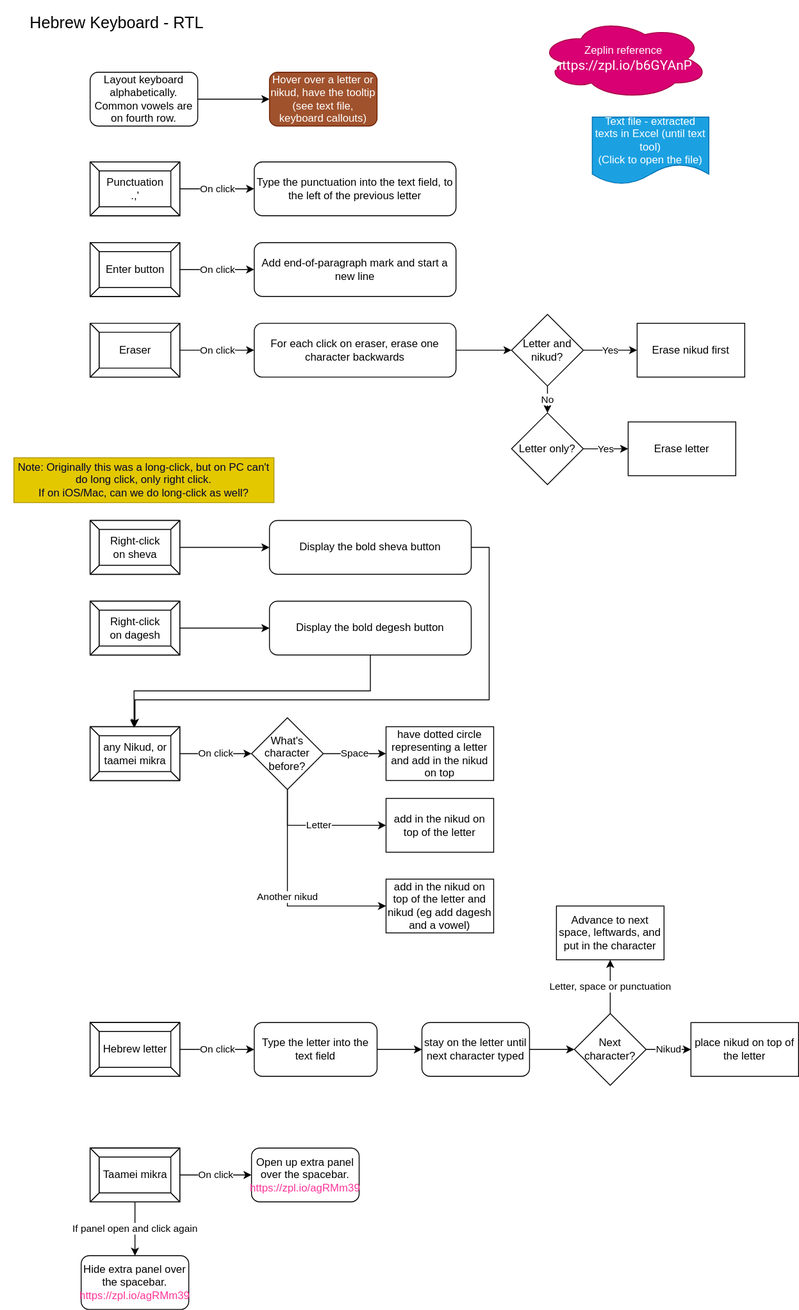
Earlier version of the draw.io export modules/components/hebrew_keyboard.drawio.svg (ji-devs/ji-cloud-flowcharts). Source tidied: cells renumbered, new cells last; positions are measured from the earlier drawing's top-left corner, leaving out a move shared by most shapes.
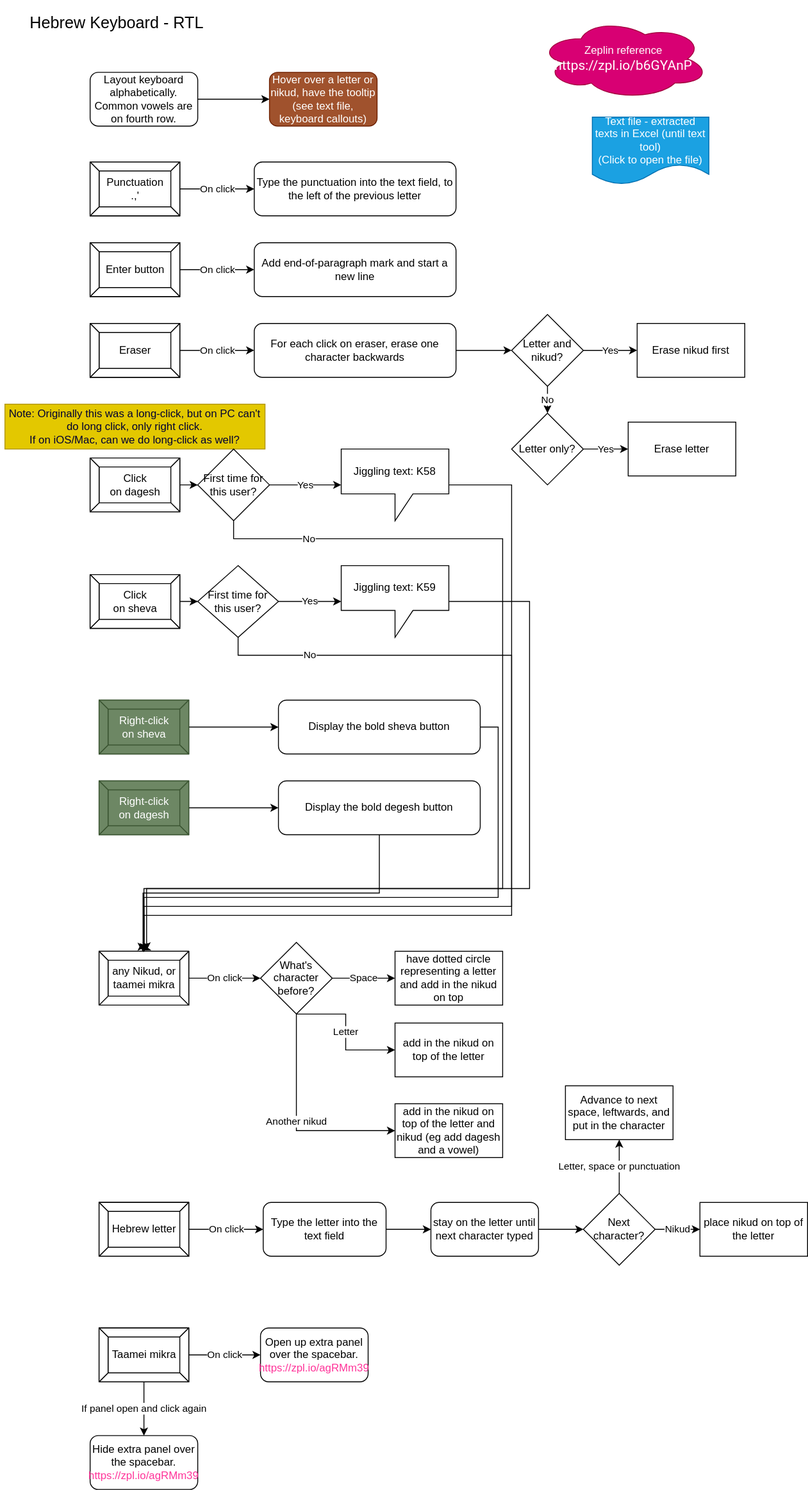
Later version of the same file.

Commit message:
added Jigglink texts about right-click on dagesh and shva

The edit, as a diff of the source:
```diff
@@ -18,20 +18,20 @@
     </mxCell>
     <mxCell id="6" value="On click" style="edgeStyle=orthogonalEdgeStyle;rounded=0;jettySize=auto;html=1;" parent="1" edge="1" source="8">
       <mxGeometry relative="1" as="geometry">
-        <mxPoint x="280" y="1310" as="targetPoint" />
+        <mxPoint x="290" y="1510" as="targetPoint" />
       </mxGeometry>
     </mxCell>
     <mxCell id="7" value="If panel open and click again" style="edgeStyle=orthogonalEdgeStyle;rounded=0;jettySize=auto;html=1;entryX=0.5;entryY=0;entryDx=0;entryDy=0;" parent="1" edge="1" source="8" target="10">
       <mxGeometry relative="1" as="geometry" />
     </mxCell>
     <mxCell id="8" value="Taamei mikra" style="labelPosition=center;verticalLabelPosition=middle;align=center;html=1;shape=mxgraph.basic.button;dx=10;" parent="1" vertex="1">
-      <mxGeometry x="100" y="1280" width="100" height="60" as="geometry" />
+      <mxGeometry x="110" y="1480" width="100" height="60" as="geometry" />
     </mxCell>
     <mxCell id="9" value="Open up extra panel over the spacebar.&lt;br&gt;&lt;font color=&quot;#ff3399&quot;&gt;https://zpl.io/agRMm39&lt;/font&gt;" style="rounded=1;whiteSpace=wrap;html=1;" parent="1" vertex="1">
-      <mxGeometry x="280" y="1280" width="120" height="60" as="geometry" />
+      <mxGeometry x="290" y="1480" width="120" height="60" as="geometry" />
     </mxCell>
     <mxCell id="10" value="Hide extra panel over the spacebar.&lt;br&gt;&lt;font color=&quot;#ff3399&quot;&gt;https://zpl.io/agRMm39&lt;/font&gt;" style="rounded=1;whiteSpace=wrap;html=1;" parent="1" vertex="1">
-      <mxGeometry x="90" y="1400" width="120" height="60" as="geometry" />
+      <mxGeometry x="100" y="1600" width="120" height="60" as="geometry" />
     </mxCell>
     <mxCell id="11" value="On click" style="edgeStyle=orthogonalEdgeStyle;rounded=0;jettySize=auto;html=1;entryX=0;entryY=0.5;entryDx=0;entryDy=0;" parent="1" edge="1" source="12" target="14">
       <mxGeometry relative="1" as="geometry" />
@@ -48,12 +48,12 @@
     <mxCell id="15" value="On click" style="edgeStyle=orthogonalEdgeStyle;rounded=0;jettySize=auto;html=1;entryX=0;entryY=0.5;entryDx=0;entryDy=0;" parent="1" edge="1" source="16" target="25">
       <mxGeometry relative="1" as="geometry">
         <Array as="points">
-          <mxPoint x="283" y="1170" />
+          <mxPoint x="293" y="1370" />
         </Array>
       </mxGeometry>
     </mxCell>
     <mxCell id="16" value="Hebrew letter" style="labelPosition=center;verticalLabelPosition=middle;align=center;html=1;shape=mxgraph.basic.button;dx=10;" parent="1" vertex="1">
-      <mxGeometry x="100" y="1140" width="100" height="60" as="geometry" />
+      <mxGeometry x="110" y="1340" width="100" height="60" as="geometry" />
     </mxCell>
     <mxCell id="17" value="Yes" style="edgeStyle=orthogonalEdgeStyle;rounded=0;jettySize=auto;html=1;" parent="1" edge="1" source="19" target="20">
       <mxGeometry relative="1" as="geometry" />
@@ -80,7 +80,7 @@
       <mxGeometry relative="1" as="geometry" />
     </mxCell>
     <mxCell id="25" value="Type the letter into the text field" style="rounded=1;whiteSpace=wrap;html=1;" parent="1" vertex="1">
-      <mxGeometry x="283" y="1140" width="137" height="60" as="geometry" />
+      <mxGeometry x="293" y="1340" width="137" height="60" as="geometry" />
     </mxCell>
     <mxCell id="26" value="On click" style="edgeStyle=orthogonalEdgeStyle;rounded=0;jettySize=auto;html=1;entryX=0;entryY=0.5;entryDx=0;entryDy=0;" parent="1" edge="1" source="27" target="28">
       <mxGeometry relative="1" as="geometry">
@@ -99,39 +99,39 @@
       <mxGeometry relative="1" as="geometry" />
     </mxCell>
     <mxCell id="30" value="any Nikud, or&lt;br&gt;taamei mikra" style="labelPosition=center;verticalLabelPosition=middle;align=center;html=1;shape=mxgraph.basic.button;dx=10;" parent="1" vertex="1">
-      <mxGeometry x="100" y="810" width="100" height="60" as="geometry" />
+      <mxGeometry x="110" y="1060" width="100" height="60" as="geometry" />
     </mxCell>
     <mxCell id="31" style="edgeStyle=orthogonalEdgeStyle;rounded=0;jettySize=auto;html=1;" parent="1" edge="1" source="32" target="35">
       <mxGeometry relative="1" as="geometry" />
     </mxCell>
     <mxCell id="32" value="stay on the letter until next character typed" style="rounded=1;whiteSpace=wrap;html=1;" parent="1" vertex="1">
-      <mxGeometry x="470" y="1140" width="120" height="60" as="geometry" />
+      <mxGeometry x="480" y="1340" width="120" height="60" as="geometry" />
     </mxCell>
     <mxCell id="33" value="Nikud" style="edgeStyle=orthogonalEdgeStyle;rounded=0;jettySize=auto;html=1;" parent="1" edge="1" source="35">
       <mxGeometry relative="1" as="geometry">
-        <mxPoint x="770" y="1170" as="targetPoint" />
+        <mxPoint x="780" y="1370" as="targetPoint" />
       </mxGeometry>
     </mxCell>
     <mxCell id="34" value="Letter, space or punctuation" style="edgeStyle=orthogonalEdgeStyle;rounded=0;jettySize=auto;html=1;entryX=0.5;entryY=1;entryDx=0;entryDy=0;" parent="1" edge="1" source="35" target="37">
       <mxGeometry relative="1" as="geometry" />
     </mxCell>
     <mxCell id="35" value="Next character?" style="rhombus;whiteSpace=wrap;html=1;" parent="1" vertex="1">
-      <mxGeometry x="640" y="1130" width="80" height="80" as="geometry" />
+      <mxGeometry x="650" y="1330" width="80" height="80" as="geometry" />
     </mxCell>
     <mxCell id="36" value="place nikud on top of the letter" style="whiteSpace=wrap;html=1;" parent="1" vertex="1">
-      <mxGeometry x="770" y="1140" width="120" height="60" as="geometry" />
+      <mxGeometry x="780" y="1340" width="120" height="60" as="geometry" />
     </mxCell>
     <mxCell id="37" value="Advance to next space, leftwards, and put in the character" style="whiteSpace=wrap;html=1;" parent="1" vertex="1">
-      <mxGeometry x="620" y="1010" width="120" height="60" as="geometry" />
+      <mxGeometry x="630" y="1210" width="120" height="60" as="geometry" />
     </mxCell>
-    <mxCell id="38" value="Space" style="edgeStyle=orthogonalEdgeStyle;rounded=0;jettySize=auto;html=1;entryX=0;entryY=0.5;entryDx=0;entryDy=0;" parent="1" edge="1" source="39" target="40">
+    <mxCell id="38" value="Space" style="edgeStyle=orthogonalEdgeStyle;rounded=0;jettySize=auto;html=1;entryX=0;entryY=0.5;entryDx=0;entryDy=0;exitX=1;exitY=0.5;exitDx=0;exitDy=0;" parent="1" edge="1" source="39" target="40">
       <mxGeometry relative="1" as="geometry" />
     </mxCell>
     <mxCell id="39" value="What's character before?" style="rhombus;whiteSpace=wrap;html=1;" parent="1" vertex="1">
-      <mxGeometry x="280" y="800" width="80" height="80" as="geometry" />
+      <mxGeometry x="290" y="1050" width="80" height="80" as="geometry" />
     </mxCell>
     <mxCell id="40" value="have dotted circle representing a letter and add in the nikud on top" style="whiteSpace=wrap;html=1;" parent="1" vertex="1">
-      <mxGeometry x="430" y="810" width="120" height="60" as="geometry" />
+      <mxGeometry x="440" y="1060" width="120" height="60" as="geometry" />
     </mxCell>
     <mxCell id="41" value="On click" style="edgeStyle=orthogonalEdgeStyle;rounded=0;jettySize=auto;html=1;entryX=0;entryY=0.5;entryDx=0;entryDy=0;" parent="1" edge="1" source="42" target="43">
       <mxGeometry relative="1" as="geometry">
@@ -146,17 +146,19 @@
     <mxCell id="43" value="Add end-of-paragraph mark and start a new line" style="rounded=1;whiteSpace=wrap;html=1;" parent="1" vertex="1">
       <mxGeometry x="283" y="270" width="225" height="60" as="geometry" />
     </mxCell>
-    <mxCell id="44" value="Letter" style="edgeStyle=orthogonalEdgeStyle;rounded=0;jettySize=auto;html=1;entryX=0;entryY=0.5;entryDx=0;entryDy=0;exitX=0.5;exitY=1;exitDx=0;exitDy=0;" parent="1" edge="1" source="39" target="45">
-      <mxGeometry relative="1" as="geometry" />
+    <mxCell id="44" value="Letter" style="edgeStyle=orthogonalEdgeStyle;rounded=0;jettySize=auto;html=1;entryX=0;entryY=0.5;entryDx=0;entryDy=0;exitX=0.5;exitY=1;exitDx=0;exitDy=0;" parent="1" edge="1" target="45">
+      <mxGeometry relative="1" as="geometry">
+        <mxPoint x="330" y="1130" as="sourcePoint" />
+      </mxGeometry>
     </mxCell>
     <mxCell id="45" value="&amp;nbsp;add in the nikud on top of the letter" style="whiteSpace=wrap;html=1;" parent="1" vertex="1">
-      <mxGeometry x="430" y="890" width="120" height="60" as="geometry" />
+      <mxGeometry x="440" y="1140" width="120" height="60" as="geometry" />
     </mxCell>
     <mxCell id="46" value="Another nikud" style="edgeStyle=orthogonalEdgeStyle;rounded=0;jettySize=auto;html=1;entryX=0;entryY=0.5;entryDx=0;entryDy=0;exitX=0.5;exitY=1;exitDx=0;exitDy=0;" parent="1" edge="1" source="39" target="47">
       <mxGeometry relative="1" as="geometry" />
     </mxCell>
     <mxCell id="47" value="&amp;nbsp;add in the nikud on top of the letter and nikud (eg add dagesh and a vowel)" style="whiteSpace=wrap;html=1;" parent="1" vertex="1">
-      <mxGeometry x="430" y="980" width="120" height="60" as="geometry" />
+      <mxGeometry x="440" y="1230" width="120" height="60" as="geometry" />
     </mxCell>
     <mxCell id="48" value="Hover over a letter or nikud, have the tooltip (see text file, keyboard callouts)" style="rounded=1;whiteSpace=wrap;html=1;fillColor=#a0522d;strokeColor=#6D1F00;fontColor=#ffffff;" parent="1" vertex="1">
       <mxGeometry x="300" y="80" width="120" height="60" as="geometry" />
@@ -166,41 +168,110 @@
     </mxCell>
     <mxCell id="50" style="edgeStyle=orthogonalEdgeStyle;rounded=0;jettySize=auto;html=1;" parent="1" edge="1" source="51">
       <mxGeometry relative="1" as="geometry">
-        <mxPoint x="300" y="610" as="targetPoint" />
+        <mxPoint x="310" y="810" as="targetPoint" />
       </mxGeometry>
     </mxCell>
-    <mxCell id="51" value="Right-click &lt;br&gt;on sheva" style="labelPosition=center;verticalLabelPosition=middle;align=center;html=1;shape=mxgraph.basic.button;dx=10;" parent="1" vertex="1">
-      <mxGeometry x="100" y="580" width="100" height="60" as="geometry" />
+    <mxCell id="51" value="Right-click &lt;br&gt;on sheva" style="labelPosition=center;verticalLabelPosition=middle;align=center;html=1;shape=mxgraph.basic.button;dx=10;fillColor=#6d8764;strokeColor=#3A5431;fontColor=#ffffff;" parent="1" vertex="1">
+      <mxGeometry x="110" y="780" width="100" height="60" as="geometry" />
     </mxCell>
-    <mxCell id="52" style="edgeStyle=orthogonalEdgeStyle;rounded=0;jettySize=auto;html=1;exitX=1;exitY=0.5;exitDx=0;exitDy=0;" parent="1" edge="1" source="53">
+    <mxCell id="52" style="edgeStyle=orthogonalEdgeStyle;rounded=0;jettySize=auto;html=1;exitX=1;exitY=0.5;exitDx=0;exitDy=0;entryX=0.48;entryY=-0.017;entryDx=0;entryDy=0;entryPerimeter=0;" parent="1" edge="1" source="53" target="30">
       <mxGeometry relative="1" as="geometry">
-        <mxPoint x="150" y="810" as="targetPoint" />
         <Array as="points">
-          <mxPoint x="545" y="610" />
-          <mxPoint x="545" y="780" />
-          <mxPoint x="150" y="780" />
+          <mxPoint x="555" y="810" />
+          <mxPoint x="555" y="1000" />
+          <mxPoint x="160" y="1000" />
+          <mxPoint x="160" y="1058" />
         </Array>
       </mxGeometry>
     </mxCell>
     <mxCell id="53" value="Display the bold sheva button" style="rounded=1;whiteSpace=wrap;html=1;" parent="1" vertex="1">
-      <mxGeometry x="300" y="580" width="225" height="60" as="geometry" />
+      <mxGeometry x="310" y="780" width="225" height="60" as="geometry" />
     </mxCell>
     <mxCell id="54" style="edgeStyle=orthogonalEdgeStyle;rounded=0;jettySize=auto;html=1;" parent="1" edge="1" source="55">
       <mxGeometry relative="1" as="geometry">
-        <mxPoint x="300" y="700" as="targetPoint" />
+        <mxPoint x="310" y="900" as="targetPoint" />
       </mxGeometry>
     </mxCell>
-    <mxCell id="55" value="Right-click &lt;br&gt;on dagesh" style="labelPosition=center;verticalLabelPosition=middle;align=center;html=1;shape=mxgraph.basic.button;dx=10;" parent="1" vertex="1">
-      <mxGeometry x="100" y="670" width="100" height="60" as="geometry" />
+    <mxCell id="55" value="Right-click &lt;br&gt;on dagesh" style="labelPosition=center;verticalLabelPosition=middle;align=center;html=1;shape=mxgraph.basic.button;dx=10;fillColor=#6d8764;strokeColor=#3A5431;fontColor=#ffffff;" parent="1" vertex="1">
+      <mxGeometry x="110" y="870" width="100" height="60" as="geometry" />
     </mxCell>
     <mxCell id="56" style="edgeStyle=orthogonalEdgeStyle;rounded=0;jettySize=auto;html=1;entryX=0.49;entryY=0.017;entryDx=0;entryDy=0;entryPerimeter=0;exitX=0.5;exitY=1;exitDx=0;exitDy=0;" parent="1" edge="1" source="57" target="30">
       <mxGeometry relative="1" as="geometry" />
     </mxCell>
     <mxCell id="57" value="Display the bold degesh button" style="rounded=1;whiteSpace=wrap;html=1;" parent="1" vertex="1">
-      <mxGeometry x="300" y="670" width="225" height="60" as="geometry" />
+      <mxGeometry x="310" y="870" width="225" height="60" as="geometry" />
     </mxCell>
     <mxCell id="58" value="&lt;font color=&quot;#000033&quot;&gt;Note: Originally this was a long-click, but on PC can't do long click, only right click.&lt;br&gt;If on iOS/Mac, can we do long-click as well?&lt;br&gt;&lt;/font&gt;" style="text;html=1;strokeColor=#B09500;fillColor=#e3c800;align=center;verticalAlign=middle;whiteSpace=wrap;rounded=0;fontColor=#ffffff;" parent="1" vertex="1">
-      <mxGeometry x="15" y="510" width="290" height="50" as="geometry" />
+      <mxGeometry x="5" y="450" width="290" height="50" as="geometry" />
     </mxCell>
+    <mxCell id="59" style="edgeStyle=orthogonalEdgeStyle;rounded=0;jettySize=auto;html=1;" parent="1" edge="1" source="60" target="63">
+      <mxGeometry relative="1" as="geometry" />
+    </mxCell>
+    <mxCell id="60" value="Click &lt;br&gt;on dagesh" style="labelPosition=center;verticalLabelPosition=middle;align=center;html=1;shape=mxgraph.basic.button;dx=10;" parent="1" vertex="1">
+      <mxGeometry x="100" y="510" width="100" height="60" as="geometry" />
+    </mxCell>
+    <mxCell id="61" value="Yes" style="edgeStyle=orthogonalEdgeStyle;rounded=0;jettySize=auto;html=1;" parent="1" edge="1" source="63" target="65">
+      <mxGeometry relative="1" as="geometry" />
+    </mxCell>
+    <mxCell id="62" value="No" style="edgeStyle=orthogonalEdgeStyle;rounded=0;jettySize=auto;html=1;entryX=0.52;entryY=-0.083;entryDx=0;entryDy=0;entryPerimeter=0;" parent="1" edge="1" source="63" target="30">
+      <mxGeometry x="-0.82" relative="1" as="geometry">
+        <Array as="points">
+          <mxPoint x="260" y="600" />
+          <mxPoint x="560" y="600" />
+          <mxPoint x="560" y="990" />
+          <mxPoint x="160" y="990" />
+          <mxPoint x="160" y="1055" />
+        </Array>
+      </mxGeometry>
+    </mxCell>
+    <mxCell id="63" value="First time for this user?" style="rhombus;whiteSpace=wrap;html=1;" parent="1" vertex="1">
+      <mxGeometry x="220" y="500" width="80" height="80" as="geometry" />
+    </mxCell>
+    <mxCell id="64" style="edgeStyle=orthogonalEdgeStyle;rounded=0;jettySize=auto;html=1;entryX=0.5;entryY=0.017;entryDx=0;entryDy=0;entryPerimeter=0;" parent="1" edge="1" source="65" target="30">
+      <mxGeometry relative="1" as="geometry">
+        <Array as="points">
+          <mxPoint x="570" y="540" />
+          <mxPoint x="570" y="1010" />
+          <mxPoint x="160" y="1010" />
+        </Array>
+      </mxGeometry>
+    </mxCell>
+    <mxCell id="65" value="Jiggling text: K58" style="shape=callout;whiteSpace=wrap;html=1;perimeter=calloutPerimeter;" parent="1" vertex="1">
+      <mxGeometry x="380" y="500" width="120" height="80" as="geometry" />
+    </mxCell>
+    <mxCell id="66" style="edgeStyle=orthogonalEdgeStyle;rounded=0;jettySize=auto;html=1;" parent="1" edge="1" source="67" target="70">
+      <mxGeometry relative="1" as="geometry" />
+    </mxCell>
+    <mxCell id="67" value="Click &lt;br&gt;on sheva" style="labelPosition=center;verticalLabelPosition=middle;align=center;html=1;shape=mxgraph.basic.button;dx=10;" parent="1" vertex="1">
+      <mxGeometry x="100" y="640" width="100" height="60" as="geometry" />
+    </mxCell>
+    <mxCell id="68" value="Yes" style="edgeStyle=orthogonalEdgeStyle;rounded=0;jettySize=auto;html=1;" parent="1" edge="1" source="70" target="72">
+      <mxGeometry relative="1" as="geometry" />
+    </mxCell>
+    <mxCell id="69" value="No" style="edgeStyle=orthogonalEdgeStyle;rounded=0;jettySize=auto;html=1;entryX=0.5;entryY=0;entryDx=0;entryDy=0;entryPerimeter=0;" parent="1" edge="1" source="70" target="30">
+      <mxGeometry x="-0.81" relative="1" as="geometry">
+        <Array as="points">
+          <mxPoint x="265" y="730" />
+          <mxPoint x="570" y="730" />
+          <mxPoint x="570" y="1020" />
+          <mxPoint x="160" y="1020" />
+        </Array>
+      </mxGeometry>
+    </mxCell>
+    <mxCell id="70" value="First time for this user?" style="rhombus;whiteSpace=wrap;html=1;" parent="1" vertex="1">
+      <mxGeometry x="220" y="630" width="90" height="80" as="geometry" />
+    </mxCell>
+    <mxCell id="71" style="edgeStyle=orthogonalEdgeStyle;rounded=0;jettySize=auto;html=1;entryX=0.53;entryY=-0.017;entryDx=0;entryDy=0;entryPerimeter=0;" parent="1" edge="1" source="72" target="30">
+      <mxGeometry relative="1" as="geometry">
+        <Array as="points">
+          <mxPoint x="590" y="670" />
+          <mxPoint x="590" y="990" />
+          <mxPoint x="163" y="990" />
+        </Array>
+      </mxGeometry>
+    </mxCell>
+    <mxCell id="72" value="Jiggling text: K59" style="shape=callout;whiteSpace=wrap;html=1;perimeter=calloutPerimeter;" parent="1" vertex="1">
+      <mxGeometry x="380" y="630" width="120" height="80" as="geometry" />
+    </mxCell>
   </root>
 </mxGraphModel>
```
